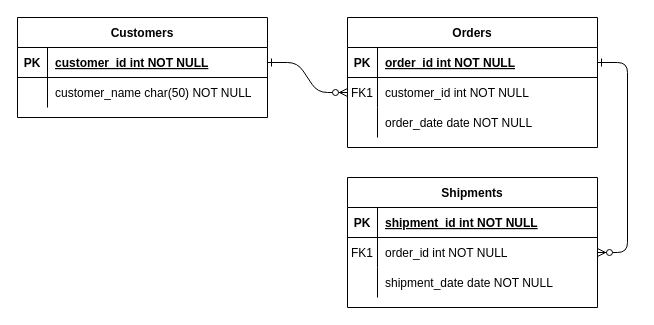
Before: Untitled Diagram.drawio in eug2345/SecondProject, a draw.io diagram. Source tidied: cells renumbered, new cells numbered last; positions are measured from the earlier drawing's top-left corner, leaving out a move shared by most shapes. Both pictures are drawn from the tidied source at 100%, with x=0, y=0 at pixel (17, 17).
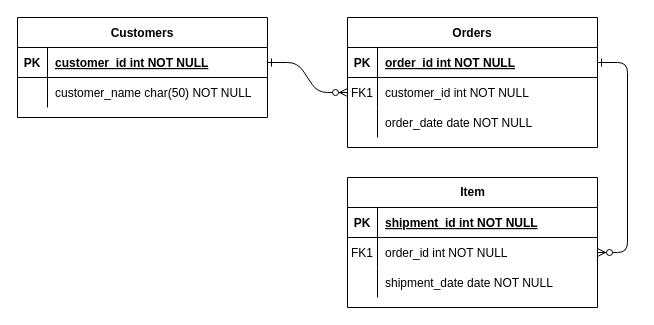
Above is the later version.

The edit, as a diff of the source:
```diff
@@
-    <mxCell id="14" value="Shipments" style="shape=table;startSize=30;childLayout=tableLayout;rowLines=0;fontStyle=1;align=center;" parent="1" vertex="1">
+    <mxCell id="14" value="Item" style="shape=table;startSize=30;childLayout=tableLayout;rowLines=0;fontStyle=1;align=center;html=1;" parent="1" vertex="1">
       <mxGeometry x="330" y="160" width="250" height="130" as="geometry" />
     </mxCell>
```
